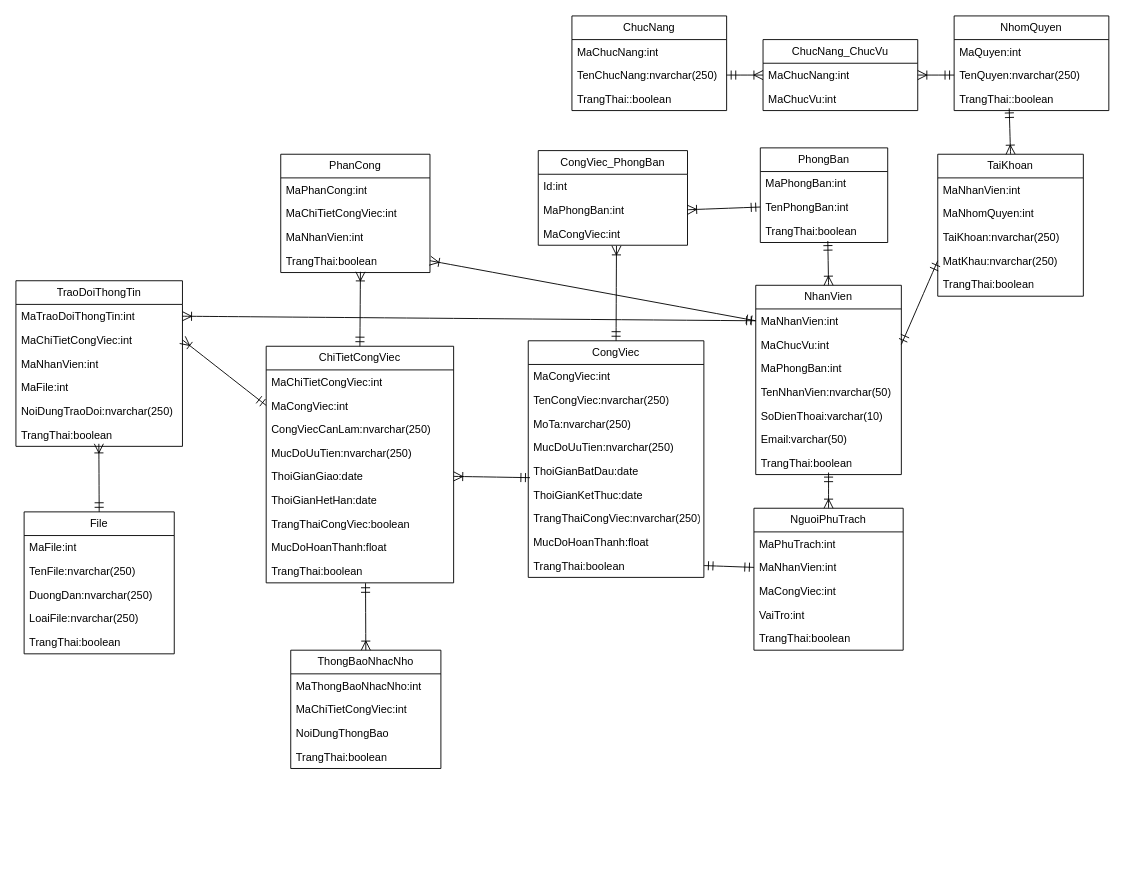
The draw.io diagram dacn+.net.drawio in maivantai2003/vercelDemo, before the edit. Source tidied: cells renumbered, new cells numbered last; positions are measured from the earlier drawing's top-left corner, leaving out a move shared by most shapes. Both pictures are drawn from the tidied source at 91%, with x=0, y=0 at pixel (15, 15).
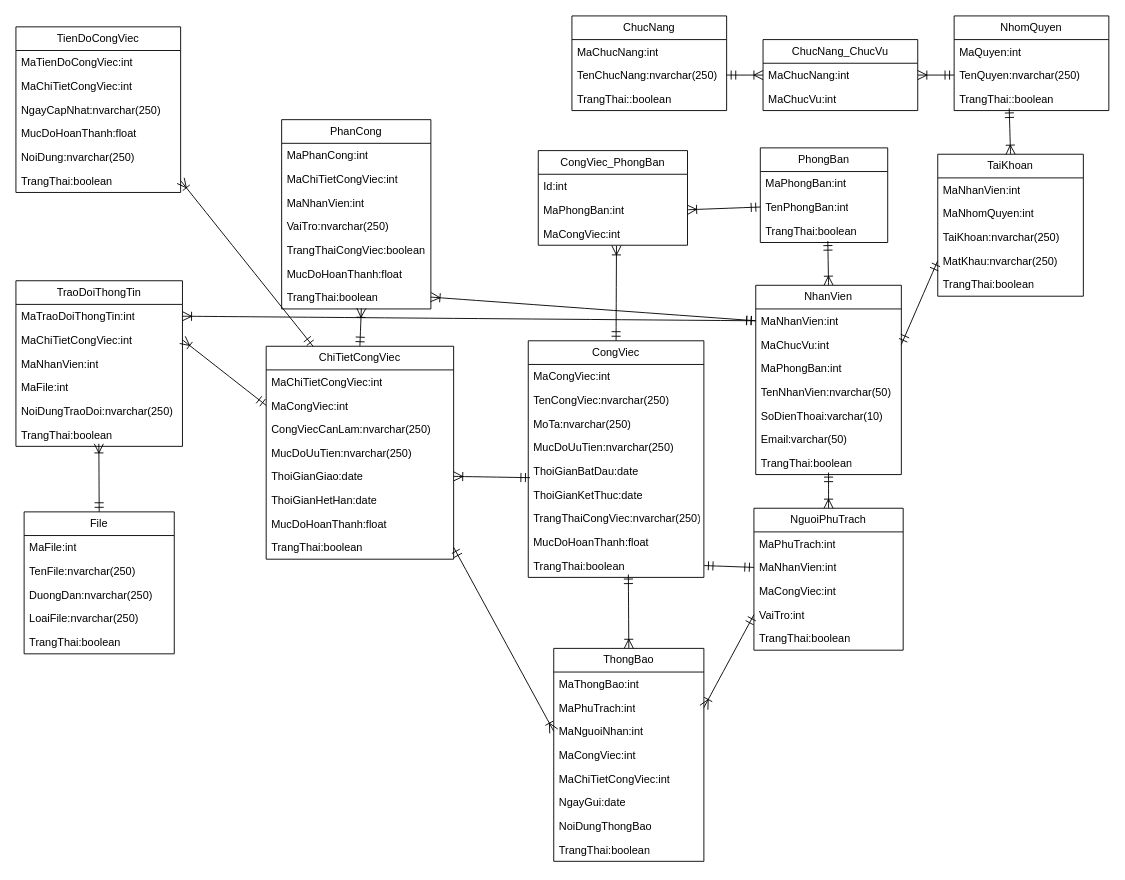
The same page after the edit.

Unchanged cells that the change refers to:
```xml
<mxCell id="22" value="TrangThai:boolean" style="text;strokeColor=none;fillColor=none;align=left;verticalAlign=top;spacingLeft=4;spacingRight=4;overflow=hidden;points=[[0,0.5],[1,0.5]];portConstraint=eastwest;whiteSpace=wrap;html=1;" parent="13" vertex="1">
  <mxGeometry y="234" width="193" height="26" as="geometry" />
</mxCell>
<mxCell id="75" value="VaiTro:int" style="text;strokeColor=none;fillColor=none;align=left;verticalAlign=top;spacingLeft=4;spacingRight=4;overflow=hidden;points=[[0,0.5],[1,0.5]];portConstraint=eastwest;whiteSpace=wrap;html=1;" parent="71" vertex="1">
  <mxGeometry y="104" width="164" height="26" as="geometry" />
</mxCell>
```

The edit, as a diff of the source:
```diff
@@
     <mxCell id="53" value="ChiTietCongViec" style="swimlane;fontStyle=0;horizontal=1;startSize=26;fillColor=none;whiteSpace=wrap;html=1;" parent="1" vertex="1">
-      <mxGeometry x="275" y="363" width="206" height="260" as="geometry" />
+      <mxGeometry x="275" y="363" width="206" height="234" as="geometry" />
     </mxCell>
@@
-    <mxCell id="60" value="TrangThaiCongViec:boolean" style="text;strokeColor=none;fillColor=none;align=left;verticalAlign=top;spacingLeft=4;spacingRight=4;overflow=hidden;whiteSpace=wrap;html=1;" parent="53" vertex="1">
+    <mxCell id="60" value="MucDoHoanThanh:float" style="text;strokeColor=none;fillColor=none;align=left;verticalAlign=top;spacingLeft=4;spacingRight=4;overflow=hidden;whiteSpace=wrap;html=1;" parent="53" vertex="1">
       <mxGeometry y="182" width="206" height="26" as="geometry" />
     </mxCell>
-    <mxCell id="61" value="MucDoHoanThanh:float" style="text;strokeColor=none;fillColor=none;align=left;verticalAlign=top;spacingLeft=4;spacingRight=4;overflow=hidden;whiteSpace=wrap;html=1;" parent="53" vertex="1">
-      <mxGeometry y="208" width="206" height="26" as="geometry" />
-    </mxCell>
     <mxCell id="62" value="TrangThai:boolean" style="text;strokeColor=none;fillColor=none;align=left;verticalAlign=top;spacingLeft=4;spacingRight=4;overflow=hidden;points=[[0,0.5],[1,0.5]];portConstraint=eastwest;whiteSpace=wrap;html=1;" parent="53" vertex="1">
-      <mxGeometry y="234" width="206" height="26" as="geometry" />
+      <mxGeometry y="208" width="206" height="26" as="geometry" />
     </mxCell>
@@
     <mxCell id="64" value="PhanCong" style="swimlane;fontStyle=0;horizontal=1;startSize=26;fillColor=none;whiteSpace=wrap;html=1;" parent="1" vertex="1">
-      <mxGeometry x="291" y="152" width="164" height="130" as="geometry" />
+      <mxGeometry x="292" y="114" width="164" height="208" as="geometry" />
     </mxCell>
@@
+    <mxCell id="101" value="VaiTro:nvarchar(250)" style="text;strokeColor=none;fillColor=none;align=left;verticalAlign=top;spacingLeft=4;spacingRight=4;overflow=hidden;whiteSpace=wrap;html=1;" parent="64" vertex="1">
+      <mxGeometry y="104" width="164" height="26" as="geometry" />
+    </mxCell>
+    <mxCell id="102" value="TrangThaiCongViec:boolean" style="text;strokeColor=none;fillColor=none;align=left;verticalAlign=top;spacingLeft=4;spacingRight=4;overflow=hidden;whiteSpace=wrap;html=1;" parent="64" vertex="1">
+      <mxGeometry y="130" width="164" height="26" as="geometry" />
+    </mxCell>
+    <mxCell id="103" value="MucDoHoanThanh:float" style="text;strokeColor=none;fillColor=none;align=left;verticalAlign=top;spacingLeft=4;spacingRight=4;overflow=hidden;whiteSpace=wrap;html=1;" parent="64" vertex="1">
+      <mxGeometry y="156" width="164" height="26" as="geometry" />
+    </mxCell>
     <mxCell id="68" value="TrangThai:boolean" style="text;strokeColor=none;fillColor=none;align=left;verticalAlign=top;spacingLeft=4;spacingRight=4;overflow=hidden;points=[[0,0.5],[1,0.5]];portConstraint=eastwest;whiteSpace=wrap;html=1;" parent="64" vertex="1">
-      <mxGeometry y="104" width="164" height="26" as="geometry" />
+      <mxGeometry y="182" width="164" height="26" as="geometry" />
     </mxCell>
@@
-    <mxCell id="79" value="ThongBaoNhacNho" style="swimlane;fontStyle=0;horizontal=1;startSize=26;fillColor=none;whiteSpace=wrap;html=1;" parent="1" vertex="1">
-      <mxGeometry x="302" y="697" width="165" height="130" as="geometry" />
-    </mxCell>
-    <mxCell id="80" value="MaThongBaoNhacNho:int" style="text;strokeColor=none;fillColor=none;align=left;verticalAlign=top;spacingLeft=4;spacingRight=4;overflow=hidden;whiteSpace=wrap;html=1;" parent="79" vertex="1">
-      <mxGeometry y="26" width="165" height="26" as="geometry" />
-    </mxCell>
-    <mxCell id="81" value="MaChiTietCongViec:int" style="text;strokeColor=none;fillColor=none;align=left;verticalAlign=top;spacingLeft=4;spacingRight=4;overflow=hidden;whiteSpace=wrap;html=1;" parent="79" vertex="1">
-      <mxGeometry y="52" width="165" height="26" as="geometry" />
-    </mxCell>
-    <mxCell id="82" value="NoiDungThongBao" style="text;strokeColor=none;fillColor=none;align=left;verticalAlign=top;spacingLeft=4;spacingRight=4;overflow=hidden;whiteSpace=wrap;html=1;" parent="79" vertex="1">
-      <mxGeometry y="78" width="165" height="26" as="geometry" />
-    </mxCell>
-    <mxCell id="83" value="TrangThai:boolean" style="text;strokeColor=none;fillColor=none;align=left;verticalAlign=top;spacingLeft=4;spacingRight=4;overflow=hidden;whiteSpace=wrap;html=1;" parent="79" vertex="1">
-      <mxGeometry y="104" width="165" height="26" as="geometry" />
-    </mxCell>
-    <mxCell id="84" style="edgeStyle=none;curved=1;rounded=0;jettySize=auto;html=1;exitX=0.5;exitY=0;exitDx=0;exitDy=0;entryX=0.53;entryY=1.015;entryDx=0;entryDy=0;entryPerimeter=0;fontSize=12;startSize=8;endSize=8;startArrow=ERoneToMany;startFill=0;endArrow=ERmandOne;endFill=0;" parent="1" edge="1" source="79" target="62">
-      <mxGeometry relative="1" as="geometry" />
-    </mxCell>
@@
+    <mxCell id="104" value="TienDoCongViec" style="swimlane;fontStyle=0;horizontal=1;startSize=26;fillColor=none;whiteSpace=wrap;html=1;" parent="1" vertex="1">
+      <mxGeometry y="12" width="181" height="182" as="geometry" />
+    </mxCell>
+    <mxCell id="105" value="MaTienDoCongViec:int" style="text;strokeColor=none;fillColor=none;align=left;verticalAlign=top;spacingLeft=4;spacingRight=4;overflow=hidden;whiteSpace=wrap;html=1;" parent="104" vertex="1">
+      <mxGeometry y="26" width="181" height="26" as="geometry" />
+    </mxCell>
+    <mxCell id="106" value="MaChiTietCongViec:int" style="text;strokeColor=none;fillColor=none;align=left;verticalAlign=top;spacingLeft=4;spacingRight=4;overflow=hidden;whiteSpace=wrap;html=1;" parent="104" vertex="1">
+      <mxGeometry y="52" width="181" height="26" as="geometry" />
+    </mxCell>
+    <mxCell id="107" value="NgayCapNhat:nvarchar(250)" style="text;strokeColor=none;fillColor=none;align=left;verticalAlign=top;spacingLeft=4;spacingRight=4;overflow=hidden;whiteSpace=wrap;html=1;" parent="104" vertex="1">
+      <mxGeometry y="78" width="181" height="26" as="geometry" />
+    </mxCell>
+    <mxCell id="108" value="MucDoHoanThanh:float" style="text;strokeColor=none;fillColor=none;align=left;verticalAlign=top;spacingLeft=4;spacingRight=4;overflow=hidden;whiteSpace=wrap;html=1;" parent="104" vertex="1">
+      <mxGeometry y="104" width="181" height="26" as="geometry" />
+    </mxCell>
+    <mxCell id="109" value="NoiDung:nvarchar(250)" style="text;strokeColor=none;fillColor=none;align=left;verticalAlign=top;spacingLeft=4;spacingRight=4;overflow=hidden;whiteSpace=wrap;html=1;" parent="104" vertex="1">
+      <mxGeometry y="130" width="181" height="26" as="geometry" />
+    </mxCell>
+    <mxCell id="110" value="TrangThai:boolean" style="text;strokeColor=none;fillColor=none;align=left;verticalAlign=top;spacingLeft=4;spacingRight=4;overflow=hidden;points=[[0,0.5],[1,0.5]];portConstraint=eastwest;whiteSpace=wrap;html=1;" parent="104" vertex="1">
+      <mxGeometry y="156" width="181" height="26" as="geometry" />
+    </mxCell>
+    <mxCell id="111" style="edgeStyle=none;curved=1;rounded=0;jettySize=auto;html=1;exitX=1;exitY=0.5;exitDx=0;exitDy=0;entryX=0.25;entryY=0;entryDx=0;entryDy=0;fontSize=12;startSize=8;endSize=8;startArrow=ERoneToMany;startFill=0;endArrow=ERmandOne;endFill=0;" parent="1" edge="1" source="110" target="53">
+      <mxGeometry relative="1" as="geometry" />
+    </mxCell>
+    <mxCell id="112" value="ThongBao" style="swimlane;fontStyle=0;horizontal=1;startSize=26;fillColor=none;whiteSpace=wrap;html=1;" parent="1" vertex="1">
+      <mxGeometry x="591" y="695" width="165" height="234" as="geometry" />
+    </mxCell>
+    <mxCell id="113" value="MaThongBao:int" style="text;strokeColor=none;fillColor=none;align=left;verticalAlign=top;spacingLeft=4;spacingRight=4;overflow=hidden;whiteSpace=wrap;html=1;" parent="112" vertex="1">
+      <mxGeometry y="26" width="165" height="26" as="geometry" />
+    </mxCell>
+    <mxCell id="114" value="MaPhuTrach:int" style="text;strokeColor=none;fillColor=none;align=left;verticalAlign=top;spacingLeft=4;spacingRight=4;overflow=hidden;points=[[0,0.5],[1,0.5]];portConstraint=eastwest;whiteSpace=wrap;html=1;" parent="112" vertex="1">
+      <mxGeometry y="52" width="165" height="26" as="geometry" />
+    </mxCell>
+    <mxCell id="115" value="MaNguoiNhan:int" style="text;strokeColor=none;fillColor=none;align=left;verticalAlign=top;spacingLeft=4;spacingRight=4;overflow=hidden;points=[[0,0.5],[1,0.5]];portConstraint=eastwest;whiteSpace=wrap;html=1;" parent="112" vertex="1">
+      <mxGeometry y="78" width="165" height="26" as="geometry" />
+    </mxCell>
+    <mxCell id="116" value="MaCongViec:int" style="text;strokeColor=none;fillColor=none;align=left;verticalAlign=top;spacingLeft=4;spacingRight=4;overflow=hidden;whiteSpace=wrap;html=1;" parent="112" vertex="1">
+      <mxGeometry y="104" width="165" height="26" as="geometry" />
+    </mxCell>
+    <mxCell id="117" value="MaChiTietCongViec:int" style="text;strokeColor=none;fillColor=none;align=left;verticalAlign=top;spacingLeft=4;spacingRight=4;overflow=hidden;whiteSpace=wrap;html=1;" parent="112" vertex="1">
+      <mxGeometry y="130" width="165" height="26" as="geometry" />
+    </mxCell>
+    <mxCell id="118" value="NgayGui:date" style="text;strokeColor=none;fillColor=none;align=left;verticalAlign=top;spacingLeft=4;spacingRight=4;overflow=hidden;whiteSpace=wrap;html=1;" parent="112" vertex="1">
+      <mxGeometry y="156" width="165" height="26" as="geometry" />
+    </mxCell>
+    <mxCell id="82" value="NoiDungThongBao" style="text;strokeColor=none;fillColor=none;align=left;verticalAlign=top;spacingLeft=4;spacingRight=4;overflow=hidden;whiteSpace=wrap;html=1;" parent="112" vertex="1">
+      <mxGeometry y="182" width="165" height="26" as="geometry" />
+    </mxCell>
+    <mxCell id="119" value="TrangThai:boolean" style="text;strokeColor=none;fillColor=none;align=left;verticalAlign=top;spacingLeft=4;spacingRight=4;overflow=hidden;whiteSpace=wrap;html=1;" parent="112" vertex="1">
+      <mxGeometry y="208" width="165" height="26" as="geometry" />
+    </mxCell>
+    <mxCell id="120" style="edgeStyle=none;curved=1;rounded=0;jettySize=auto;html=1;exitX=1;exitY=0.5;exitDx=0;exitDy=0;entryX=0;entryY=0.5;entryDx=0;entryDy=0;fontSize=12;startSize=8;endSize=8;endArrow=ERmandOne;endFill=0;startArrow=ERoneToMany;startFill=0;" parent="1" edge="1" source="114" target="75">
+      <mxGeometry relative="1" as="geometry" />
+    </mxCell>
+    <mxCell id="121" style="edgeStyle=none;curved=1;rounded=0;jettySize=auto;html=1;exitX=0.5;exitY=0;exitDx=0;exitDy=0;entryX=0.57;entryY=0.877;entryDx=0;entryDy=0;entryPerimeter=0;fontSize=12;startSize=8;endSize=8;startArrow=ERoneToMany;startFill=0;endArrow=ERmandOne;endFill=0;" parent="1" edge="1" source="112" target="22">
+      <mxGeometry relative="1" as="geometry" />
+    </mxCell>
+    <mxCell id="122" style="edgeStyle=none;curved=1;rounded=0;jettySize=auto;html=1;exitX=0;exitY=0.5;exitDx=0;exitDy=0;entryX=1;entryY=0.5;entryDx=0;entryDy=0;fontSize=12;startSize=8;endSize=8;startArrow=ERoneToMany;startFill=0;endArrow=ERmandOne;endFill=0;" parent="1" edge="1" source="115" target="62">
+      <mxGeometry relative="1" as="geometry" />
+    </mxCell>
```
